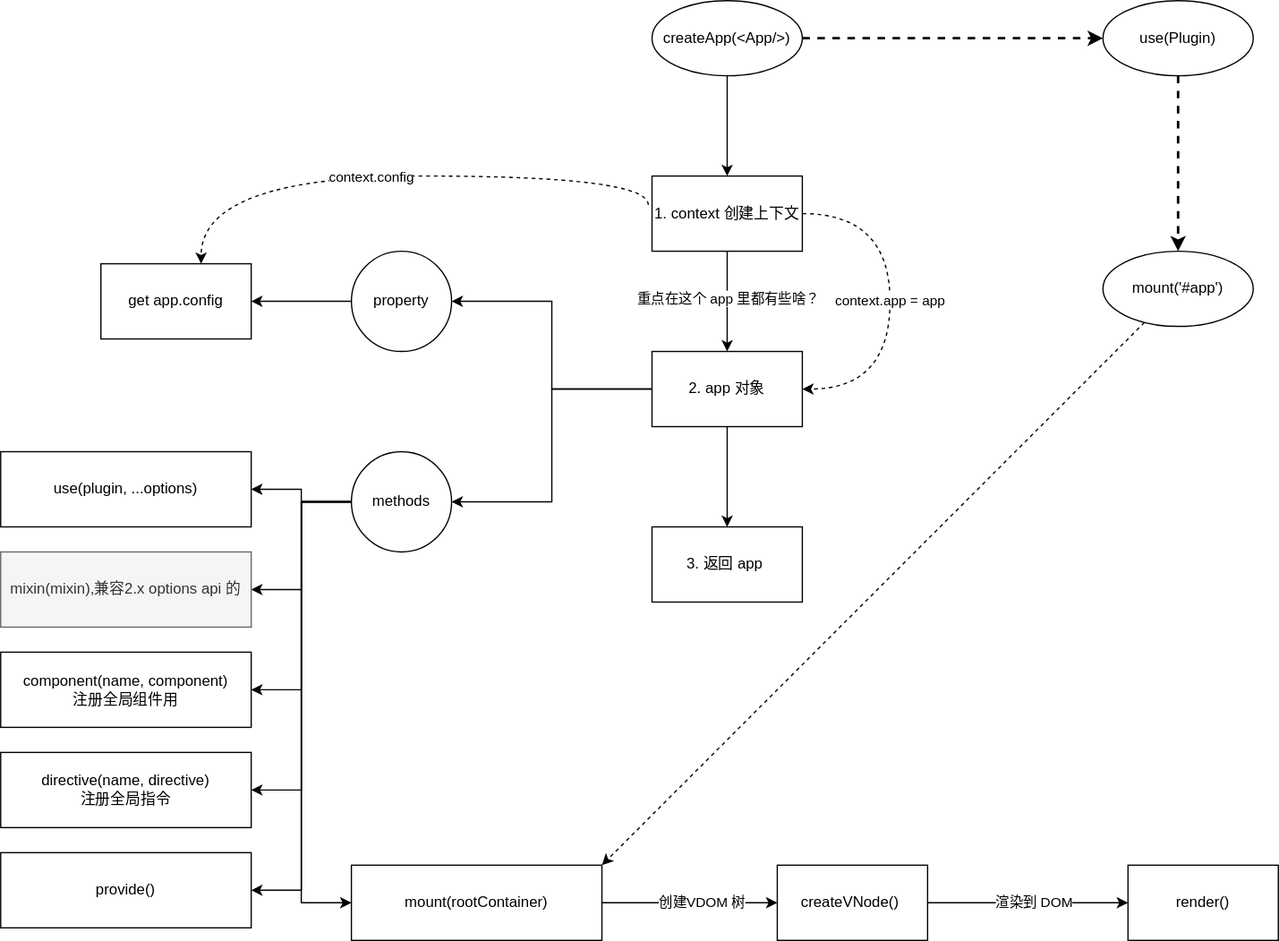
gcclll/blog.hugo.cheng92.com keeps this draw.io diagram as assets/img/vue3/runtime-core/runtime-core-brief-structure.svg. Above is the earlier version. Source tidied: cells renumbered, new cells last; positions are measured from the earlier drawing's top-left corner, leaving out a move shared by most shapes.
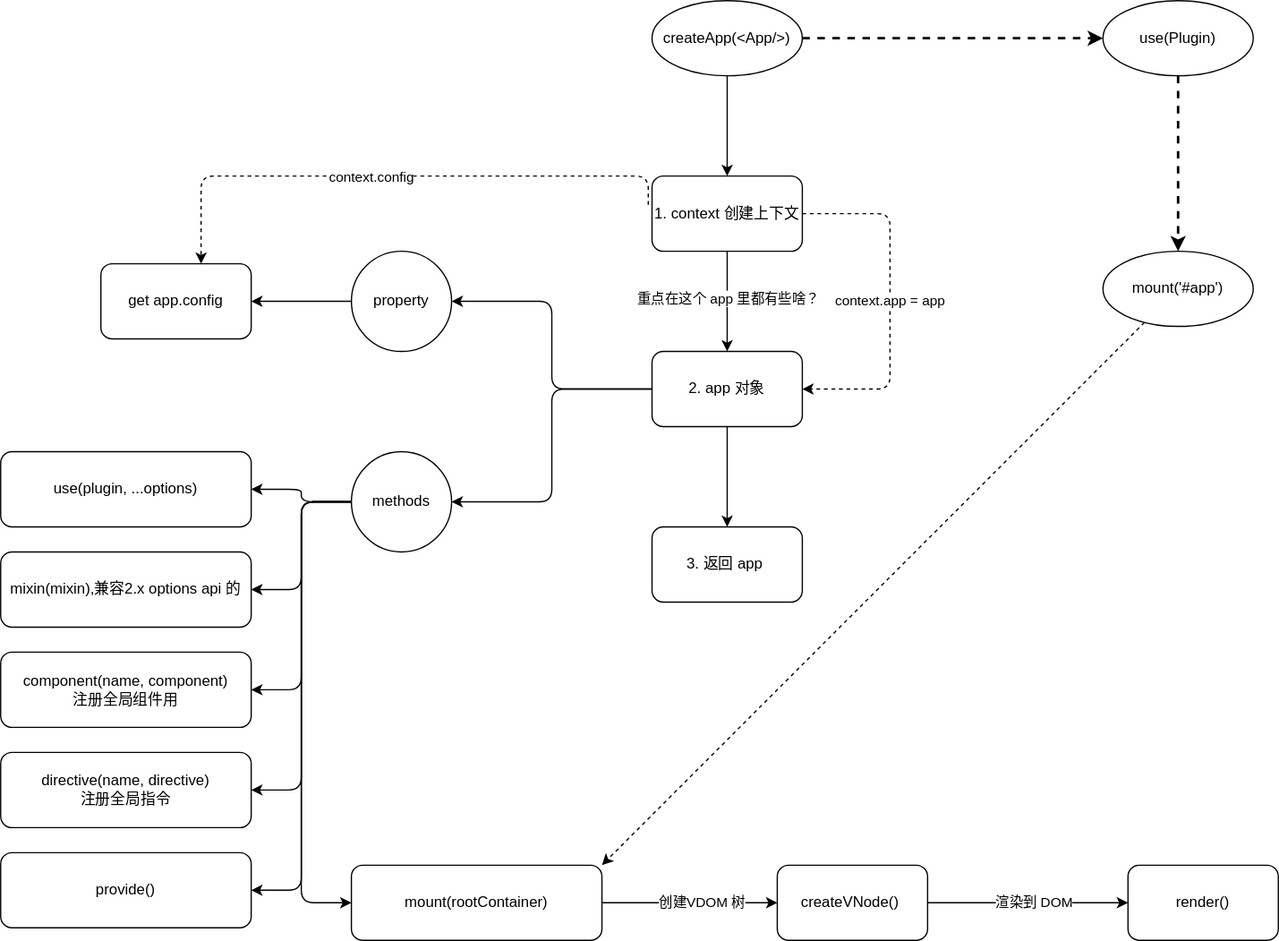
Above is the later version.

Change to the diagram source:
```diff
@@ -2,34 +2,34 @@
   <root>
     <mxCell id="0" />
     <mxCell id="1" parent="0" />
-    <mxCell id="2" style="edgeStyle=orthogonalEdgeStyle;rounded=0;jettySize=auto;html=1;dashed=1;strokeWidth=2;" parent="1" edge="1" source="4" target="6">
+    <mxCell id="2" style="edgeStyle=orthogonalEdgeStyle;rounded=1;jettySize=auto;html=1;dashed=1;strokeWidth=2;" parent="1" edge="1" source="4" target="6">
       <mxGeometry relative="1" as="geometry" />
     </mxCell>
-    <mxCell id="3" style="edgeStyle=orthogonalEdgeStyle;rounded=0;jettySize=auto;html=1;strokeWidth=1;" parent="1" edge="1" source="4" target="14">
+    <mxCell id="3" style="edgeStyle=orthogonalEdgeStyle;rounded=1;jettySize=auto;html=1;strokeWidth=1;" parent="1" edge="1" source="4" target="14">
       <mxGeometry relative="1" as="geometry" />
     </mxCell>
-    <mxCell id="4" value="createApp(&amp;lt;App/&amp;gt;)" style="ellipse;whiteSpace=wrap;html=1;" parent="1" vertex="1">
+    <mxCell id="4" value="createApp(&amp;lt;App/&amp;gt;)" style="ellipse;whiteSpace=wrap;html=1;rounded=1;" parent="1" vertex="1">
       <mxGeometry x="520" width="120" height="60" as="geometry" />
     </mxCell>
-    <mxCell id="5" style="edgeStyle=orthogonalEdgeStyle;rounded=0;jettySize=auto;html=1;dashed=1;strokeWidth=2;" parent="1" edge="1" source="6" target="8">
+    <mxCell id="5" style="edgeStyle=orthogonalEdgeStyle;rounded=1;jettySize=auto;html=1;dashed=1;strokeWidth=2;" parent="1" edge="1" source="6" target="8">
       <mxGeometry relative="1" as="geometry" />
     </mxCell>
-    <mxCell id="6" value="use(Plugin)" style="ellipse;whiteSpace=wrap;html=1;" parent="1" vertex="1">
+    <mxCell id="6" value="use(Plugin)" style="ellipse;whiteSpace=wrap;html=1;rounded=1;" parent="1" vertex="1">
       <mxGeometry x="880" width="120" height="60" as="geometry" />
     </mxCell>
-    <mxCell id="7" style="rounded=0;jettySize=auto;html=1;entryX=1;entryY=0;entryDx=0;entryDy=0;dashed=1;" parent="1" edge="1" source="8" target="36">
+    <mxCell id="7" style="rounded=1;jettySize=auto;html=1;entryX=1;entryY=0;entryDx=0;entryDy=0;dashed=1;" parent="1" edge="1" source="8" target="36">
       <mxGeometry relative="1" as="geometry" />
     </mxCell>
-    <mxCell id="8" value="mount('#app')" style="ellipse;whiteSpace=wrap;html=1;" parent="1" vertex="1">
+    <mxCell id="8" value="mount('#app')" style="ellipse;whiteSpace=wrap;html=1;rounded=1;" parent="1" vertex="1">
       <mxGeometry x="880" y="200" width="120" height="60" as="geometry" />
     </mxCell>
-    <mxCell id="9" style="edgeStyle=orthogonalEdgeStyle;rounded=0;jettySize=auto;html=1;strokeWidth=1;" parent="1" edge="1" source="14" target="18">
+    <mxCell id="9" style="edgeStyle=orthogonalEdgeStyle;rounded=1;jettySize=auto;html=1;strokeWidth=1;" parent="1" edge="1" source="14" target="18">
       <mxGeometry relative="1" as="geometry" />
     </mxCell>
-    <mxCell id="10" value="重点在这个 app 里都有些啥？" style="edgeLabel;html=1;align=center;verticalAlign=middle;" parent="9" vertex="1">
+    <mxCell id="10" value="重点在这个 app 里都有些啥？" style="edgeLabel;html=1;align=center;verticalAlign=middle;rounded=1;" parent="9" vertex="1">
       <mxGeometry x="-0.07" relative="1" as="geometry" />
     </mxCell>
-    <mxCell id="11" value="context.app = app" style="edgeStyle=orthogonalEdgeStyle;rounded=0;jettySize=auto;html=1;entryX=1;entryY=0.5;entryDx=0;entryDy=0;curved=1;exitX=1;exitY=0.5;exitDx=0;exitDy=0;dashed=1;" parent="1" edge="1" source="14" target="18">
+    <mxCell id="11" value="context.app = app" style="edgeStyle=orthogonalEdgeStyle;rounded=1;jettySize=auto;html=1;entryX=1;entryY=0.5;entryDx=0;entryDy=0;exitX=1;exitY=0.5;exitDx=0;exitDy=0;dashed=1;" parent="1" edge="1" source="14" target="18">
       <mxGeometry relative="1" as="geometry">
         <Array as="points">
           <mxPoint x="710" y="170" />
@@ -37,7 +37,7 @@
         </Array>
       </mxGeometry>
     </mxCell>
-    <mxCell id="12" style="edgeStyle=orthogonalEdgeStyle;rounded=0;jettySize=auto;html=1;dashed=1;curved=1;exitX=-0.025;exitY=0.383;exitDx=0;exitDy=0;exitPerimeter=0;" parent="1" edge="1" source="14" target="29">
+    <mxCell id="12" style="edgeStyle=orthogonalEdgeStyle;rounded=1;jettySize=auto;html=1;dashed=1;exitX=-0.025;exitY=0.383;exitDx=0;exitDy=0;exitPerimeter=0;" parent="1" edge="1" source="14" target="29">
       <mxGeometry relative="1" as="geometry">
         <Array as="points">
           <mxPoint x="517" y="140" />
@@ -45,46 +45,46 @@
         </Array>
       </mxGeometry>
     </mxCell>
-    <mxCell id="13" value="context.config" style="edgeLabel;html=1;align=center;verticalAlign=middle;" parent="12" vertex="1">
+    <mxCell id="13" value="context.config" style="edgeLabel;html=1;align=center;verticalAlign=middle;rounded=1;" parent="12" vertex="1">
       <mxGeometry x="0.08" relative="1" as="geometry" />
     </mxCell>
-    <mxCell id="14" value="1. context 创建上下文" style="whiteSpace=wrap;html=1;" parent="1" vertex="1">
+    <mxCell id="14" value="1. context 创建上下文" style="whiteSpace=wrap;html=1;rounded=1;" parent="1" vertex="1">
       <mxGeometry x="520" y="140" width="120" height="60" as="geometry" />
     </mxCell>
-    <mxCell id="15" style="edgeStyle=orthogonalEdgeStyle;rounded=0;jettySize=auto;html=1;strokeWidth=1;" parent="1" edge="1" source="18" target="19">
+    <mxCell id="15" style="edgeStyle=orthogonalEdgeStyle;rounded=1;jettySize=auto;html=1;strokeWidth=1;" parent="1" edge="1" source="18" target="19">
       <mxGeometry relative="1" as="geometry" />
     </mxCell>
-    <mxCell id="16" style="edgeStyle=orthogonalEdgeStyle;rounded=0;jettySize=auto;html=1;entryX=1;entryY=0.5;entryDx=0;entryDy=0;" parent="1" edge="1" source="18" target="21">
+    <mxCell id="16" style="edgeStyle=orthogonalEdgeStyle;rounded=1;jettySize=auto;html=1;entryX=1;entryY=0.5;entryDx=0;entryDy=0;" parent="1" edge="1" source="18" target="21">
       <mxGeometry relative="1" as="geometry" />
     </mxCell>
-    <mxCell id="17" style="edgeStyle=orthogonalEdgeStyle;rounded=0;jettySize=auto;html=1;exitX=0;exitY=0.5;exitDx=0;exitDy=0;entryX=1;entryY=0.5;entryDx=0;entryDy=0;" parent="1" edge="1" source="18" target="28">
+    <mxCell id="17" style="edgeStyle=orthogonalEdgeStyle;rounded=1;jettySize=auto;html=1;exitX=0;exitY=0.5;exitDx=0;exitDy=0;entryX=1;entryY=0.5;entryDx=0;entryDy=0;" parent="1" edge="1" source="18" target="28">
       <mxGeometry relative="1" as="geometry" />
     </mxCell>
-    <mxCell id="18" value="2. app 对象" style="whiteSpace=wrap;html=1;" parent="1" vertex="1">
+    <mxCell id="18" value="2. app 对象" style="whiteSpace=wrap;html=1;rounded=1;" parent="1" vertex="1">
       <mxGeometry x="520" y="280" width="120" height="60" as="geometry" />
     </mxCell>
-    <mxCell id="19" value="3. 返回 app&amp;nbsp;" style="whiteSpace=wrap;html=1;" parent="1" vertex="1">
+    <mxCell id="19" value="3. 返回 app&amp;nbsp;" style="whiteSpace=wrap;html=1;rounded=1;" parent="1" vertex="1">
       <mxGeometry x="520" y="420" width="120" height="60" as="geometry" />
     </mxCell>
-    <mxCell id="20" style="edgeStyle=orthogonalEdgeStyle;rounded=0;jettySize=auto;html=1;" parent="1" edge="1" source="21" target="29">
+    <mxCell id="20" style="edgeStyle=orthogonalEdgeStyle;rounded=1;jettySize=auto;html=1;" parent="1" edge="1" source="21" target="29">
       <mxGeometry relative="1" as="geometry" />
     </mxCell>
-    <mxCell id="21" value="property" style="ellipse;whiteSpace=wrap;html=1;" parent="1" vertex="1">
+    <mxCell id="21" value="property" style="ellipse;whiteSpace=wrap;html=1;rounded=1;" parent="1" vertex="1">
       <mxGeometry x="280" y="200" width="80" height="80" as="geometry" />
     </mxCell>
-    <mxCell id="22" style="edgeStyle=orthogonalEdgeStyle;rounded=0;jettySize=auto;html=1;" parent="1" edge="1" source="28" target="30">
+    <mxCell id="22" style="edgeStyle=orthogonalEdgeStyle;rounded=1;jettySize=auto;html=1;" parent="1" edge="1" source="28" target="30">
       <mxGeometry relative="1" as="geometry" />
     </mxCell>
-    <mxCell id="23" style="edgeStyle=orthogonalEdgeStyle;rounded=0;jettySize=auto;html=1;entryX=1;entryY=0.5;entryDx=0;entryDy=0;" parent="1" edge="1" source="28" target="37">
+    <mxCell id="23" style="edgeStyle=orthogonalEdgeStyle;rounded=1;jettySize=auto;html=1;entryX=1;entryY=0.5;entryDx=0;entryDy=0;" parent="1" edge="1" source="28" target="37">
       <mxGeometry relative="1" as="geometry" />
     </mxCell>
-    <mxCell id="24" style="edgeStyle=orthogonalEdgeStyle;rounded=0;jettySize=auto;html=1;entryX=1;entryY=0.5;entryDx=0;entryDy=0;" parent="1" edge="1" source="28" target="31">
+    <mxCell id="24" style="edgeStyle=orthogonalEdgeStyle;rounded=1;jettySize=auto;html=1;entryX=1;entryY=0.5;entryDx=0;entryDy=0;" parent="1" edge="1" source="28" target="31">
       <mxGeometry relative="1" as="geometry" />
     </mxCell>
-    <mxCell id="25" style="edgeStyle=orthogonalEdgeStyle;rounded=0;jettySize=auto;html=1;entryX=1;entryY=0.5;entryDx=0;entryDy=0;" parent="1" edge="1" source="28" target="32">
+    <mxCell id="25" style="edgeStyle=orthogonalEdgeStyle;rounded=1;jettySize=auto;html=1;entryX=1;entryY=0.5;entryDx=0;entryDy=0;" parent="1" edge="1" source="28" target="32">
       <mxGeometry relative="1" as="geometry" />
     </mxCell>
-    <mxCell id="26" style="edgeStyle=orthogonalEdgeStyle;rounded=0;jettySize=auto;html=1;entryX=0;entryY=0.5;entryDx=0;entryDy=0;exitX=0;exitY=0.5;exitDx=0;exitDy=0;" parent="1" edge="1" source="28" target="36">
+    <mxCell id="26" style="edgeStyle=orthogonalEdgeStyle;rounded=1;jettySize=auto;html=1;entryX=0;entryY=0.5;entryDx=0;entryDy=0;exitX=0;exitY=0.5;exitDx=0;exitDy=0;" parent="1" edge="1" source="28" target="36">
       <mxGeometry relative="1" as="geometry">
         <Array as="points">
           <mxPoint x="240" y="400" />
@@ -92,49 +92,49 @@
         </Array>
       </mxGeometry>
     </mxCell>
-    <mxCell id="27" style="edgeStyle=orthogonalEdgeStyle;rounded=0;jettySize=auto;html=1;entryX=1;entryY=0.5;entryDx=0;entryDy=0;" parent="1" edge="1" source="28" target="33">
+    <mxCell id="27" style="edgeStyle=orthogonalEdgeStyle;rounded=1;jettySize=auto;html=1;entryX=1;entryY=0.5;entryDx=0;entryDy=0;" parent="1" edge="1" source="28" target="33">
       <mxGeometry relative="1" as="geometry" />
     </mxCell>
-    <mxCell id="28" value="methods" style="ellipse;whiteSpace=wrap;html=1;" parent="1" vertex="1">
+    <mxCell id="28" value="methods" style="ellipse;whiteSpace=wrap;html=1;rounded=1;" parent="1" vertex="1">
       <mxGeometry x="280" y="360" width="80" height="80" as="geometry" />
     </mxCell>
-    <mxCell id="29" value="get app.config" style="whiteSpace=wrap;html=1;" parent="1" vertex="1">
+    <mxCell id="29" value="get app.config" style="whiteSpace=wrap;html=1;rounded=1;" parent="1" vertex="1">
       <mxGeometry x="80" y="210" width="120" height="60" as="geometry" />
     </mxCell>
-    <mxCell id="30" value="use(plugin, ...options)" style="whiteSpace=wrap;html=1;" parent="1" vertex="1">
+    <mxCell id="30" value="use(plugin, ...options)" style="whiteSpace=wrap;html=1;rounded=1;" parent="1" vertex="1">
       <mxGeometry y="360" width="200" height="60" as="geometry" />
     </mxCell>
-    <mxCell id="31" value="component(name, component) &lt;br&gt;注册全局组件用" style="whiteSpace=wrap;html=1;" parent="1" vertex="1">
+    <mxCell id="31" value="component(name, component) &lt;br&gt;注册全局组件用" style="whiteSpace=wrap;html=1;rounded=1;" parent="1" vertex="1">
       <mxGeometry y="520" width="200" height="60" as="geometry" />
     </mxCell>
-    <mxCell id="32" value="directive(name, directive) &lt;br&gt;注册全局指令" style="whiteSpace=wrap;html=1;" parent="1" vertex="1">
+    <mxCell id="32" value="directive(name, directive) &lt;br&gt;注册全局指令" style="whiteSpace=wrap;html=1;rounded=1;" parent="1" vertex="1">
       <mxGeometry y="600" width="200" height="60" as="geometry" />
     </mxCell>
-    <mxCell id="33" value="provide()" style="whiteSpace=wrap;html=1;" parent="1" vertex="1">
+    <mxCell id="33" value="provide()" style="whiteSpace=wrap;html=1;rounded=1;" parent="1" vertex="1">
       <mxGeometry y="680" width="200" height="60" as="geometry" />
     </mxCell>
-    <mxCell id="34" style="edgeStyle=orthogonalEdgeStyle;rounded=0;jettySize=auto;html=1;" parent="1" edge="1" source="36" target="40">
+    <mxCell id="34" style="edgeStyle=orthogonalEdgeStyle;rounded=1;jettySize=auto;html=1;" parent="1" edge="1" source="36" target="40">
       <mxGeometry relative="1" as="geometry" />
     </mxCell>
-    <mxCell id="35" value="创建VDOM 树" style="edgeLabel;html=1;align=center;verticalAlign=middle;" parent="34" vertex="1">
+    <mxCell id="35" value="创建VDOM 树" style="edgeLabel;html=1;align=center;verticalAlign=middle;rounded=1;" parent="34" vertex="1">
       <mxGeometry x="0.13" y="1" relative="1" as="geometry" />
     </mxCell>
-    <mxCell id="36" value="mount(rootContainer)" style="whiteSpace=wrap;html=1;" parent="1" vertex="1">
+    <mxCell id="36" value="mount(rootContainer)" style="whiteSpace=wrap;html=1;rounded=1;" parent="1" vertex="1">
       <mxGeometry x="280" y="690" width="200" height="60" as="geometry" />
     </mxCell>
-    <mxCell id="37" value="mixin(mixin),兼容2.x options api 的" style="whiteSpace=wrap;html=1;fillColor=#f5f5f5;fontColor=#333333;strokeColor=#666666;" parent="1" vertex="1">
+    <mxCell id="37" value="mixin(mixin),兼容2.x options api 的" style="whiteSpace=wrap;html=1;rounded=1;" parent="1" vertex="1">
       <mxGeometry y="440" width="200" height="60" as="geometry" />
     </mxCell>
-    <mxCell id="38" style="edgeStyle=orthogonalEdgeStyle;rounded=0;jettySize=auto;html=1;" parent="1" edge="1" source="40" target="41">
+    <mxCell id="38" style="edgeStyle=orthogonalEdgeStyle;rounded=1;jettySize=auto;html=1;" parent="1" edge="1" source="40" target="41">
       <mxGeometry relative="1" as="geometry" />
     </mxCell>
-    <mxCell id="39" value="渲染到 DOM" style="edgeLabel;html=1;align=center;verticalAlign=middle;" parent="38" vertex="1">
+    <mxCell id="39" value="渲染到 DOM" style="edgeLabel;html=1;align=center;verticalAlign=middle;rounded=1;" parent="38" vertex="1">
       <mxGeometry x="0.05" y="1" relative="1" as="geometry" />
     </mxCell>
-    <mxCell id="40" value="createVNode()&amp;nbsp;" style="whiteSpace=wrap;html=1;" parent="1" vertex="1">
+    <mxCell id="40" value="createVNode()&amp;nbsp;" style="whiteSpace=wrap;html=1;rounded=1;" parent="1" vertex="1">
       <mxGeometry x="620" y="690" width="120" height="60" as="geometry" />
     </mxCell>
-    <mxCell id="41" value="render()" style="whiteSpace=wrap;html=1;" parent="1" vertex="1">
+    <mxCell id="41" value="render()" style="whiteSpace=wrap;html=1;rounded=1;" parent="1" vertex="1">
       <mxGeometry x="900" y="690" width="120" height="60" as="geometry" />
     </mxCell>
   </root>
```
